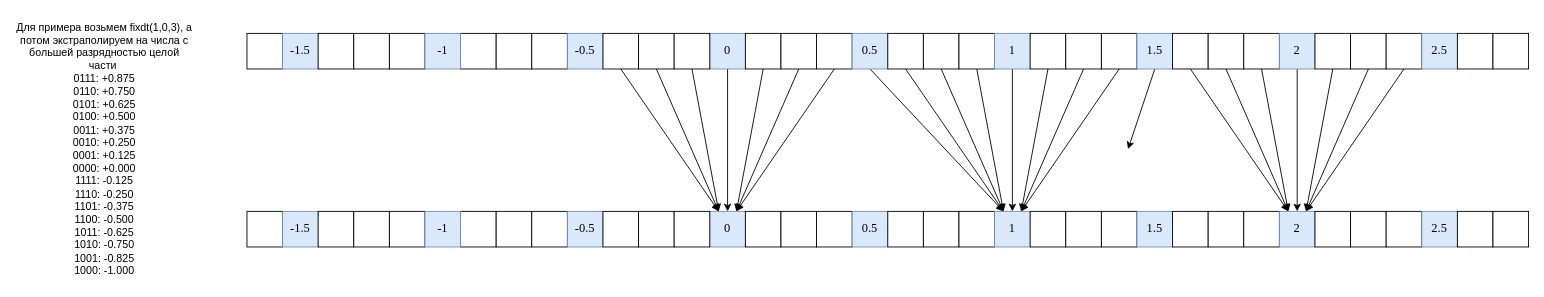
Above: page "half_to_odd" (8 of 8) of Rounding/draw/rounding.drawio in MrDoomsday/DSP-Lib (draw.io), before the change. Source tidied: cells renumbered, new cells numbered last; positions are measured from the earlier drawing's top-left corner, leaving out a move shared by most shapes. Both pictures are drawn from the tidied source at 89%, with x=0, y=0 at pixel (15, 15).
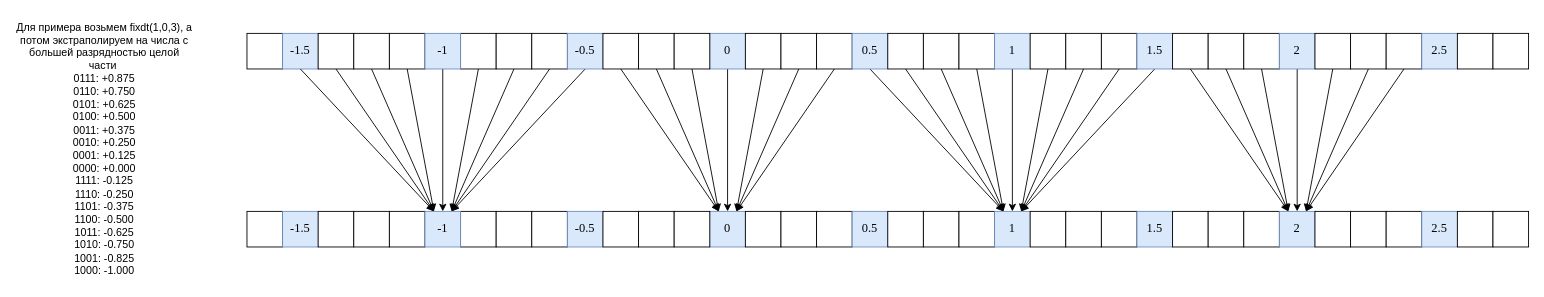
The same page after the edit.

The change refers to these unchanged cells:
```xml
<mxCell id="27" value="1.5" style="rounded=0;whiteSpace=wrap;html=1;fontFamily=Times New Roman;fontSize=14;fillColor=#dae8fc;strokeColor=#6c8ebf;" parent="1" vertex="1">
  <mxGeometry x="1260" y="20" width="40" height="40" as="geometry" />
</mxCell>
<mxCell id="45" style="rounded=0;whiteSpace=wrap;html=1;fontFamily=Times New Roman;fontSize=14;" parent="1" vertex="1">
  <mxGeometry x="500" y="20" width="40" height="40" as="geometry" />
</mxCell>
<mxCell id="46" style="rounded=0;whiteSpace=wrap;html=1;fontFamily=Times New Roman;fontSize=14;" parent="1" vertex="1">
  <mxGeometry x="540" y="20" width="40" height="40" as="geometry" />
</mxCell>
<mxCell id="47" style="rounded=0;whiteSpace=wrap;html=1;fontFamily=Times New Roman;fontSize=14;" parent="1" vertex="1">
  <mxGeometry x="580" y="20" width="40" height="40" as="geometry" />
</mxCell>
<mxCell id="48" value="-0.5" style="rounded=0;whiteSpace=wrap;html=1;fontFamily=Times New Roman;fontSize=14;fillColor=#dae8fc;strokeColor=#6c8ebf;" parent="1" vertex="1">
  <mxGeometry x="620" y="20" width="40" height="40" as="geometry" />
</mxCell>
<mxCell id="56" value="-1.5" style="rounded=0;whiteSpace=wrap;html=1;fontFamily=Times New Roman;fontSize=14;fillColor=#dae8fc;strokeColor=#6c8ebf;" parent="1" vertex="1">
  <mxGeometry x="300" y="20" width="40" height="40" as="geometry" />
</mxCell>
<mxCell id="57" style="rounded=0;whiteSpace=wrap;html=1;fontFamily=Times New Roman;fontSize=14;" parent="1" vertex="1">
  <mxGeometry x="340" y="20" width="40" height="40" as="geometry" />
</mxCell>
<mxCell id="58" style="rounded=0;whiteSpace=wrap;html=1;fontFamily=Times New Roman;fontSize=14;" parent="1" vertex="1">
  <mxGeometry x="380" y="20" width="40" height="40" as="geometry" />
</mxCell>
<mxCell id="59" style="rounded=0;whiteSpace=wrap;html=1;fontFamily=Times New Roman;fontSize=14;" parent="1" vertex="1">
  <mxGeometry x="420" y="20" width="40" height="40" as="geometry" />
</mxCell>
<mxCell id="60" value="-1" style="rounded=0;whiteSpace=wrap;html=1;fontFamily=Times New Roman;fontSize=14;fillColor=#dae8fc;strokeColor=#6c8ebf;" parent="1" vertex="1">
  <mxGeometry x="460" y="20" width="40" height="40" as="geometry" />
</mxCell>
<mxCell id="70" value="1" style="rounded=0;whiteSpace=wrap;html=1;fontFamily=Times New Roman;fontSize=14;fillColor=#dae8fc;strokeColor=#6c8ebf;" parent="1" vertex="1">
  <mxGeometry x="1100" y="220" width="40" height="40" as="geometry" />
</mxCell>
<mxCell id="97" value="-1" style="rounded=0;whiteSpace=wrap;html=1;fontFamily=Times New Roman;fontSize=14;fillColor=#dae8fc;strokeColor=#6c8ebf;" parent="1" vertex="1">
  <mxGeometry x="460" y="220" width="40" height="40" as="geometry" />
</mxCell>
```

Change to the diagram source:
```diff
@@
-    <mxCell id="26" style="edgeStyle=none;rounded=0;jettySize=auto;html=1;exitX=0.5;exitY=1;exitDx=0;exitDy=0;" parent="1" edge="1" source="27">
-      <mxGeometry relative="1" as="geometry">
-        <mxPoint x="1250" y="150" as="targetPoint" />
-      </mxGeometry>
+    <mxCell id="26" style="edgeStyle=none;rounded=0;jettySize=auto;html=1;exitX=0.5;exitY=1;exitDx=0;exitDy=0;entryX=0.75;entryY=0;entryDx=0;entryDy=0;" parent="1" edge="1" source="27" target="70">
+      <mxGeometry relative="1" as="geometry" />
     </mxCell>
@@
+    <mxCell id="98" style="edgeStyle=none;rounded=0;jettySize=auto;html=1;exitX=0.5;exitY=1;exitDx=0;exitDy=0;entryX=0.75;entryY=0;entryDx=0;entryDy=0;" parent="1" edge="1" source="45" target="97">
+      <mxGeometry relative="1" as="geometry" />
+    </mxCell>
@@
+    <mxCell id="99" style="edgeStyle=none;rounded=0;jettySize=auto;html=1;exitX=0.5;exitY=1;exitDx=0;exitDy=0;entryX=0.75;entryY=0;entryDx=0;entryDy=0;" parent="1" edge="1" source="46" target="97">
+      <mxGeometry relative="1" as="geometry" />
+    </mxCell>
@@
+    <mxCell id="100" style="edgeStyle=none;rounded=0;jettySize=auto;html=1;exitX=0.5;exitY=1;exitDx=0;exitDy=0;entryX=0.75;entryY=0;entryDx=0;entryDy=0;" parent="1" edge="1" source="47" target="97">
+      <mxGeometry relative="1" as="geometry" />
+    </mxCell>
@@
+    <mxCell id="101" style="rounded=0;jettySize=auto;html=1;exitX=0.5;exitY=1;exitDx=0;exitDy=0;entryX=0.75;entryY=0;entryDx=0;entryDy=0;" parent="1" edge="1" source="48" target="97">
+      <mxGeometry relative="1" as="geometry" />
+    </mxCell>
@@
+    <mxCell id="102" style="edgeStyle=none;rounded=0;jettySize=auto;html=1;exitX=0.5;exitY=1;exitDx=0;exitDy=0;entryX=0.25;entryY=0;entryDx=0;entryDy=0;" parent="1" edge="1" source="57" target="97">
+      <mxGeometry relative="1" as="geometry" />
+    </mxCell>
@@
+    <mxCell id="103" style="edgeStyle=none;rounded=0;jettySize=auto;html=1;exitX=0.5;exitY=1;exitDx=0;exitDy=0;entryX=0.25;entryY=0;entryDx=0;entryDy=0;" parent="1" edge="1" source="58" target="97">
+      <mxGeometry relative="1" as="geometry" />
+    </mxCell>
@@
+    <mxCell id="104" style="edgeStyle=none;rounded=0;jettySize=auto;html=1;exitX=0.5;exitY=1;exitDx=0;exitDy=0;entryX=0.25;entryY=0;entryDx=0;entryDy=0;" parent="1" edge="1" source="59" target="97">
+      <mxGeometry relative="1" as="geometry" />
+    </mxCell>
@@
+    <mxCell id="105" style="edgeStyle=none;rounded=0;jettySize=auto;html=1;exitX=0.5;exitY=1;exitDx=0;exitDy=0;entryX=0.5;entryY=0;entryDx=0;entryDy=0;" parent="1" edge="1" source="60" target="97">
+      <mxGeometry relative="1" as="geometry" />
+    </mxCell>
@@
+    <mxCell id="106" style="edgeStyle=none;rounded=0;jettySize=auto;html=1;exitX=0.5;exitY=1;exitDx=0;exitDy=0;entryX=0.25;entryY=0;entryDx=0;entryDy=0;" parent="1" edge="1" source="56" target="97">
+      <mxGeometry relative="1" as="geometry" />
+    </mxCell>
```
